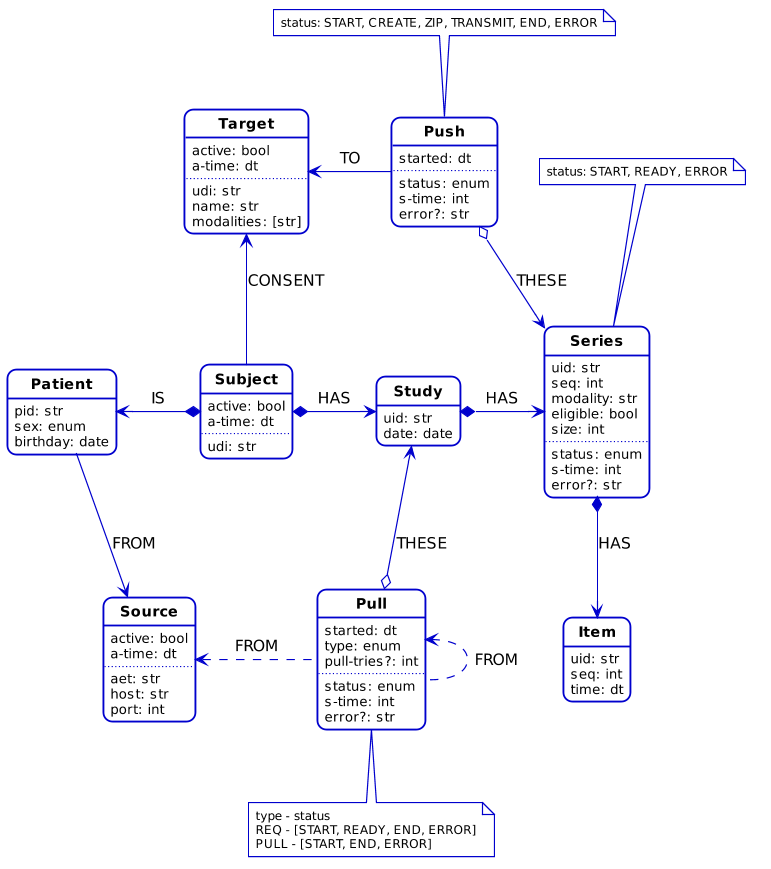
This is docs/pull-push.png from shumy-tools/cad-proxy, a PlantUML export, as it was before one commit.
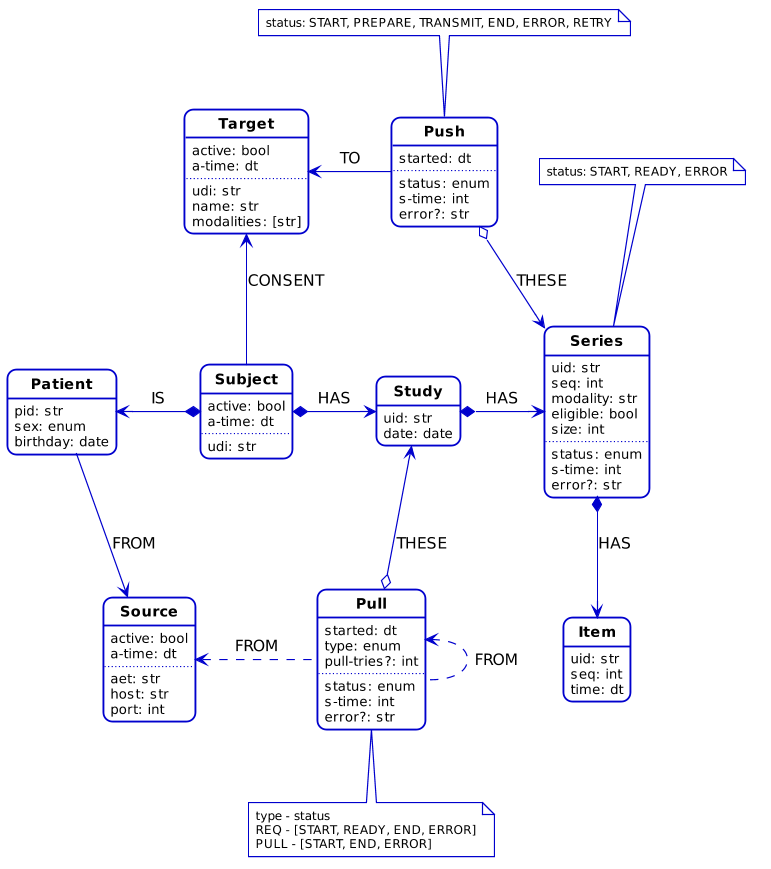
The same diagram one commit later.

Diff of the diagram source:
```diff
@@ -100,7 +100,7 @@
   error?: str
 }
 note top
-  status: START, CREATE, ZIP, TRANSMIT, END, ERROR
+  status: START, PREPARE, TRANSMIT, END, ERROR, RETRY
 end note
 
 class Target {
```
